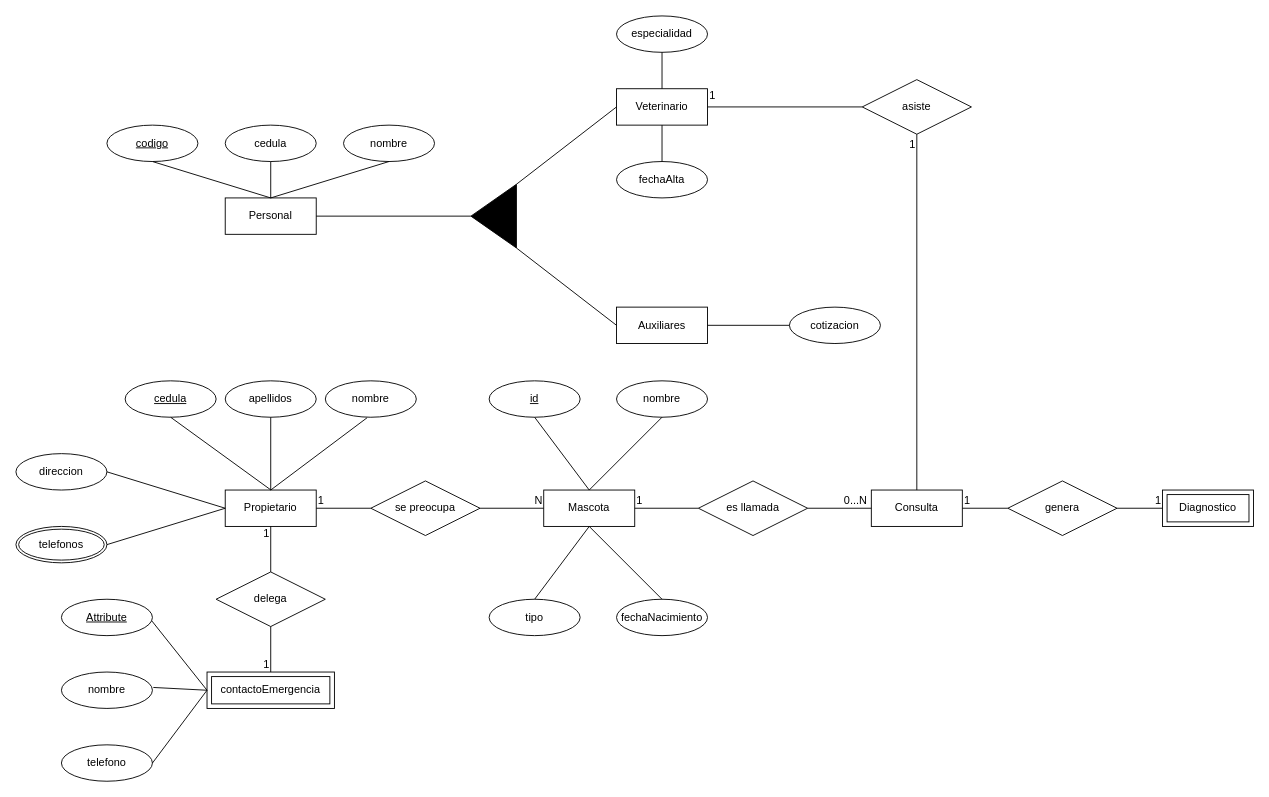
Before: page "Página-1" (1 of 2) of AA/EjerciciosEntidadRelación/ejercicio9.drawio in TheJavier37/Portafolio_Base_De_Datos, a draw.io diagram. Source tidied: cells renumbered, new cells numbered last; positions are measured from the earlier drawing's top-left corner, leaving out a move shared by most shapes. Both pictures are drawn from the tidied source at 91%, with x=0, y=0 at pixel (15, 15).
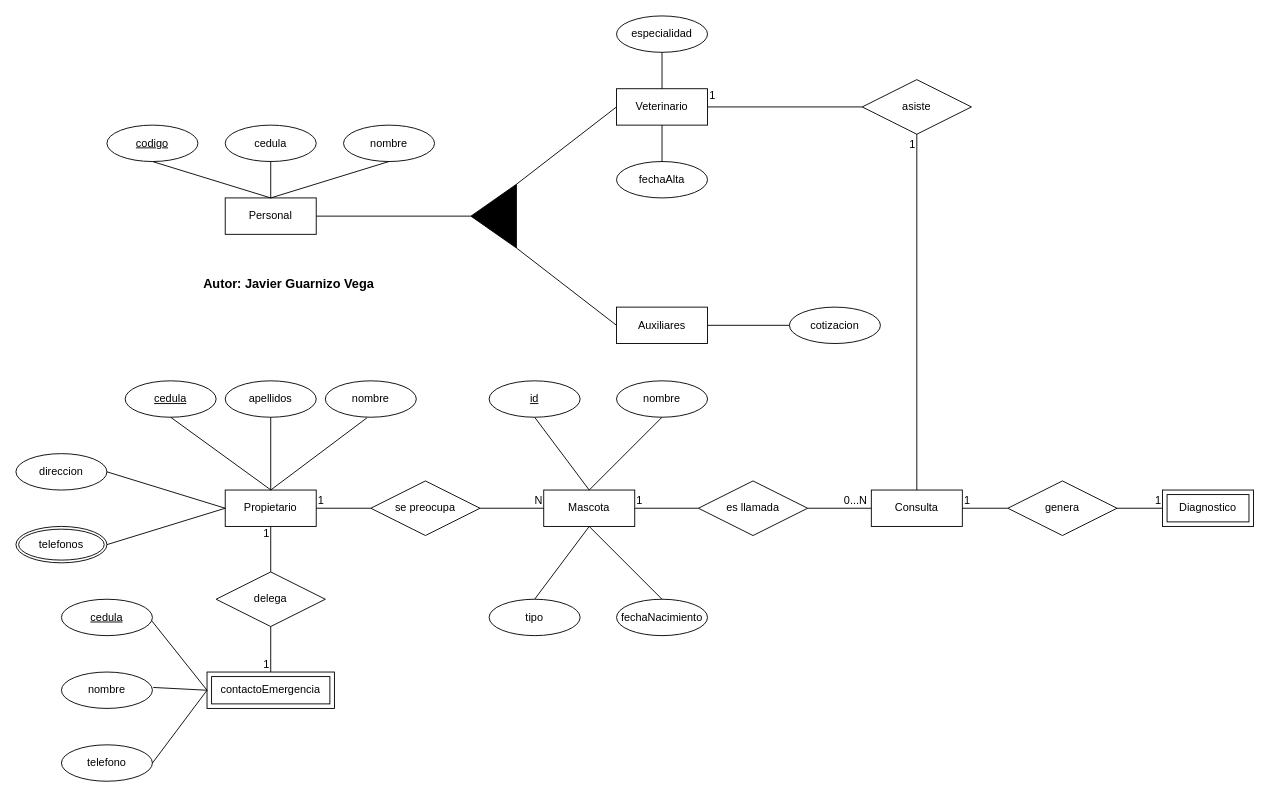
Above is the later version.

Commit message:
Ejercicio 9 Diagrama Relacional.drawio

What changed in the source:
```diff
@@
-    <mxCell id="23" value="Attribute" style="ellipse;whiteSpace=wrap;html=1;align=center;fontStyle=4;" parent="1" vertex="1">
+    <mxCell id="23" value="cedula" style="ellipse;whiteSpace=wrap;html=1;align=center;fontStyle=4;" parent="1" vertex="1">
       <mxGeometry x="50" y="641" width="100" height="40" as="geometry" />
     </mxCell>
@@
+    <mxCell id="75" value="&lt;font style=&quot;font-size: 14px;&quot;&gt;&lt;b&gt;Autor: Javier Guarnizo Vega&lt;/b&gt;&lt;/font&gt;" style="text;html=1;whiteSpace=wrap;strokeColor=none;fillColor=none;align=center;verticalAlign=middle;rounded=0;" parent="1" vertex="1">
+      <mxGeometry x="190" y="280" width="220" height="30" as="geometry" />
+    </mxCell>
```
